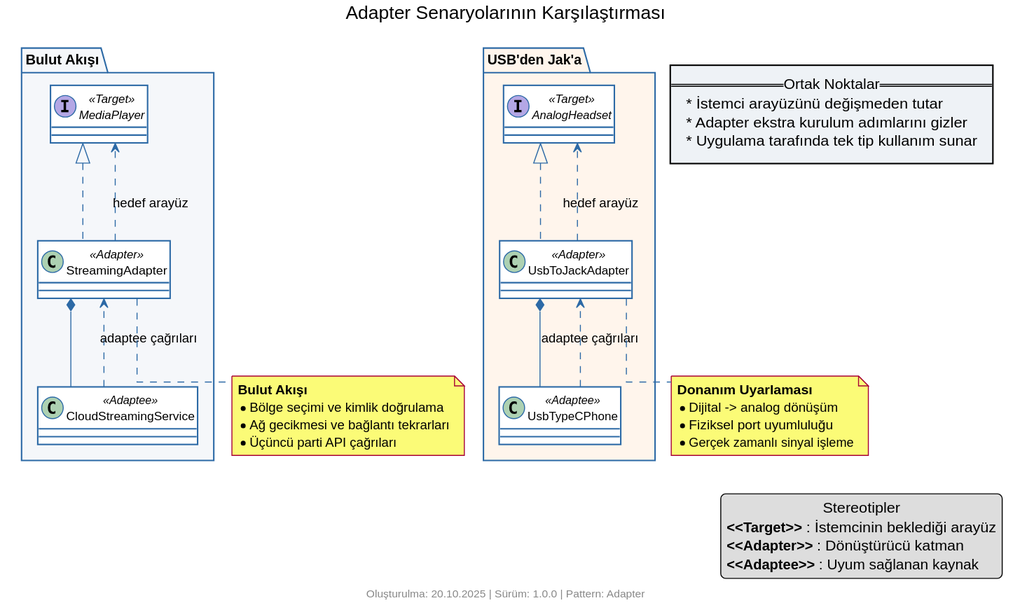
The PlantUML diagram structural/adapter/cloud_legacy_diff/diagram.svg in kaayra2000/tasarim_kaliplari, before a commit.
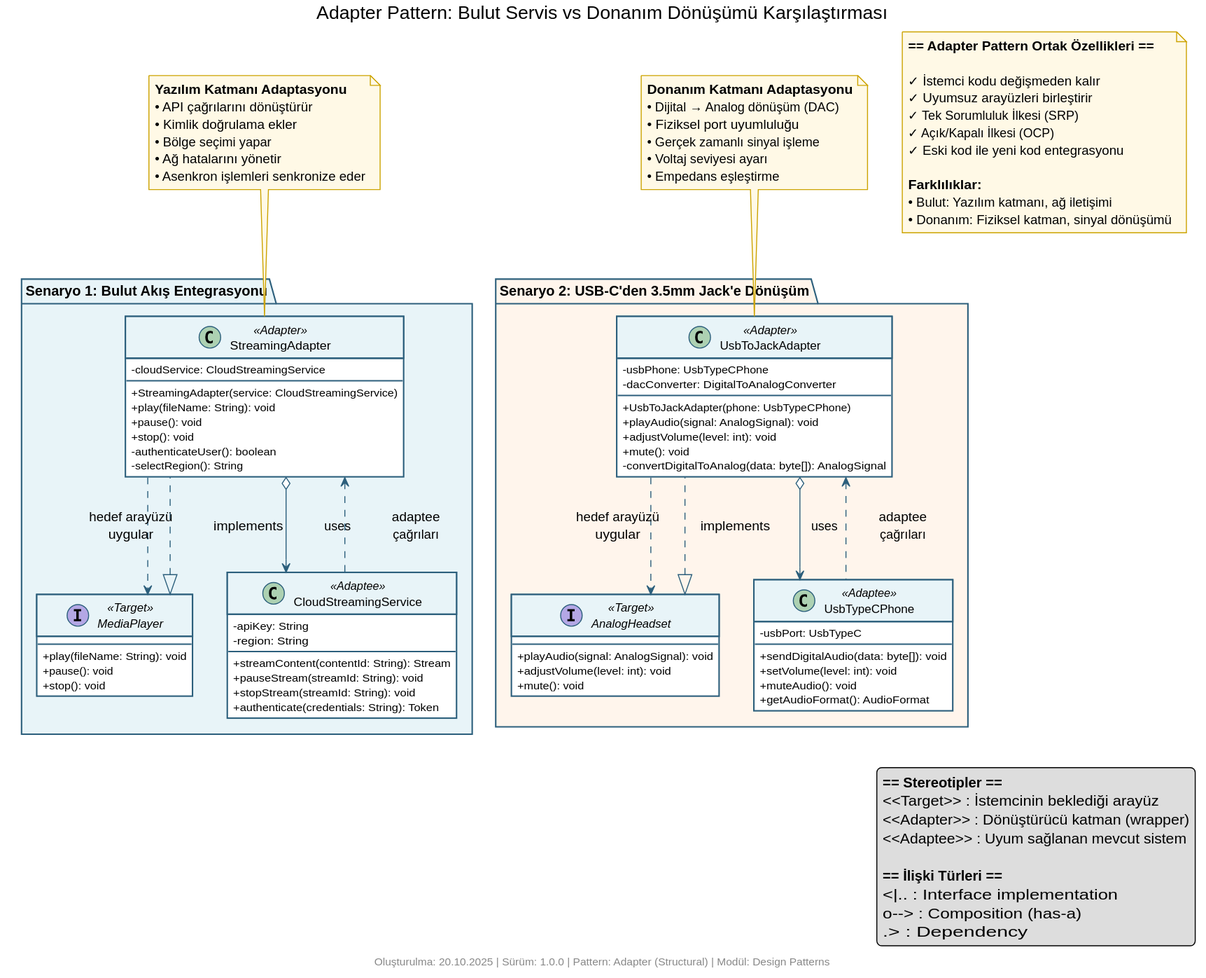
The same diagram one commit later.

Commit message:
adapter umlleri biçimlendirildi

Diff of the diagram source:
```diff
@@ -1,7 +1,8 @@
 @startuml
 allowmixing
 
-title Adapter Senaryolarının Karşılaştırması
+
+title Adapter Pattern: Bulut Servis vs Donanım Dönüşümü Karşılaştırması
 
 skinparam backgroundColor #FFFFFF
 skinparam shadowing false
@@ -9,66 +10,143 @@
 skinparam linetype ortho
 
 skinparam package {
-    BackgroundColor #F5F7FA
-    BorderColor #2D6AA6
+    BackgroundColor #E8F4F8
+    BorderColor #2C5F7C
+    FontStyle bold
 }
 
 skinparam class {
     BackgroundColor #FFFFFF
-    BorderColor #2D6AA6
-    ArrowColor #2D6AA6
+    BorderColor #2C5F7C
+    ArrowColor #2C5F7C
+    HeaderBackgroundColor #E8F4F8
 }
 
-
-package "Bulut Akışı" {
-    interface MediaPlayer <<Target>>
-    class StreamingAdapter <<Adapter>>
-    class CloudStreamingService <<Adaptee>>
-
-    MediaPlayer <|.. StreamingAdapter
-    StreamingAdapter *-- CloudStreamingService
+skinparam interface {
+    BackgroundColor #FFE8CC
+    BorderColor #CC8800
 }
 
-
-package "USB'den Jak'a" #FFF5EC {
-    interface AnalogHeadset <<Target>>
-    class UsbToJackAdapter <<Adapter>>
-    class UsbTypeCPhone <<Adaptee>>
-
-    AnalogHeadset <|.. UsbToJackAdapter
-    UsbToJackAdapter *-- UsbTypeCPhone
+skinparam note {
+    BackgroundColor #FFF9E6
+    BorderColor #CCA300
 }
 
+package "Senaryo 1: Bulut Akış Entegrasyonu" #E8F4F8 {
 
-StreamingAdapter ..> MediaPlayer : hedef arayüz
-UsbToJackAdapter ..> AnalogHeadset : hedef arayüz
-CloudStreamingService ..> StreamingAdapter : adaptee çağrıları
-UsbTypeCPhone ..> UsbToJackAdapter : adaptee çağrıları
+    interface MediaPlayer <<Target>> {
+        +play(fileName: String): void
+        +pause(): void
+        +stop(): void
+    }
 
+    class StreamingAdapter <<Adapter>> {
+        -cloudService: CloudStreamingService
+        __
+        +StreamingAdapter(service: CloudStreamingService)
+        +play(fileName: String): void
+        +pause(): void
+        +stop(): void
+        -authenticateUser(): boolean
+        -selectRegion(): String
+    }
 
-note bottom of StreamingAdapter
-  **Bulut Akışı**
-  * Bölge seçimi ve kimlik doğrulama
-  * Ağ gecikmesi ve bağlantı tekrarları
-  * Üçüncü parti API çağrıları
+    class CloudStreamingService <<Adaptee>> {
+        -apiKey: String
+        -region: String
+        __
+        +streamContent(contentId: String): Stream
+        +pauseStream(streamId: String): void
+        +stopStream(streamId: String): void
+        +authenticate(credentials: String): Token
+    }
+
+    MediaPlayer <|.. StreamingAdapter : implements
+    StreamingAdapter o--> CloudStreamingService : uses
+}
+
+package "Senaryo 2: USB-C'den 3.5mm Jack'e Dönüşüm" #FFF5EC {
+
+    interface AnalogHeadset <<Target>> {
+        +playAudio(signal: AnalogSignal): void
+        +adjustVolume(level: int): void
+        +mute(): void
+    }
+
+    class UsbToJackAdapter <<Adapter>> {
+        -usbPhone: UsbTypeCPhone
+        -dacConverter: DigitalToAnalogConverter
+        __
+        +UsbToJackAdapter(phone: UsbTypeCPhone)
+        +playAudio(signal: AnalogSignal): void
+        +adjustVolume(level: int): void
+        +mute(): void
+        -convertDigitalToAnalog(data: byte[]): AnalogSignal
+    }
+
+    class UsbTypeCPhone <<Adaptee>> {
+        -usbPort: UsbTypeC
+        __
+        +sendDigitalAudio(data: byte[]): void
+        +setVolume(level: int): void
+        +muteAudio(): void
+        +getAudioFormat(): AudioFormat
+    }
+
+    AnalogHeadset <|.. UsbToJackAdapter : implements
+    UsbToJackAdapter o--> UsbTypeCPhone : uses
+}
+
+note top of StreamingAdapter
+  **Yazılım Katmanı Adaptasyonu**
+  • API çağrılarını dönüştürür
+  • Kimlik doğrulama ekler
+  • Bölge seçimi yapar
+  • Ağ hatalarını yönetir
+  • Asenkron işlemleri senkronize eder
 end note
 
-note bottom of UsbToJackAdapter
-  **Donanım Uyarlaması**
-  * Dijital -> analog dönüşüm
-  * Fiziksel port uyumluluğu
-  * Gerçek zamanlı sinyal işleme
+note top of UsbToJackAdapter
+  **Donanım Katmanı Adaptasyonu**
+  • Dijital → Analog dönüşüm (DAC)
+  • Fiziksel port uyumluluğu
+  • Gerçek zamanlı sinyal işleme
+  • Voltaj seviyesi ayarı
+  • Empedans eşleştirme
 end note
 
-rectangle "== Ortak Noktalar ==\n* İstemci arayüzünü değişmeden tutar\n* Adapter ekstra kurulum adımlarını gizler\n* Uygulama tarafında tek tip kullanım sunar" as SharedInsights #EEF2F6
+note as CommonFeatures
+  <b>== Adapter Pattern Ortak Özellikleri ==</b>
+
+  ✓ İstemci kodu değişmeden kalır
+  ✓ Uyumsuz arayüzleri birleştirir
+  ✓ Tek Sorumluluk İlkesi (SRP)
+  ✓ Açık/Kapalı İlkesi (OCP)
+  ✓ Eski kod ile yeni kod entegrasyonu
+
+  <b>Farklılıklar:</b>
+  • Bulut: Yazılım katmanı, ağ iletişimi
+  • Donanım: Fiziksel katman, sinyal dönüşümü
+end note
+
+StreamingAdapter .down.> MediaPlayer : "hedef arayüzü\nuygular"
+UsbToJackAdapter .down.> AnalogHeadset : "hedef arayüzü\nuygular"
+
+CloudStreamingService .up.> StreamingAdapter : "adaptee\nçağrıları"
+UsbTypeCPhone .up.> UsbToJackAdapter : "adaptee\nçağrıları"
 
 legend right
-  == Stereotipler ==
-  <b><<Target>></b> : İstemcinin beklediği arayüz
-  <b><<Adapter>></b> : Dönüştürücü katman
-  <b><<Adaptee>></b> : Uyum sağlanan kaynak
+  <b>== Stereotipler ==</b>
+  <<Target>>   : İstemcinin beklediği arayüz
+  <<Adapter>>  : Dönüştürücü katman (wrapper)
+  <<Adaptee>>  : Uyum sağlanan mevcut sistem
+
+  <b>== İlişki Türleri ==</b>
+  <|..         : Interface implementation
+  o-->         : Composition (has-a)
+  .>           : Dependency
 end legend
 
-footer Oluşturulma: 20.10.2025 | Sürüm: 1.0.0 | Pattern: Adapter
+footer Oluşturulma: 20.10.2025 | Sürüm: 1.0.0 | Pattern: Adapter (Structural) | Modül: Design Patterns
 
 @enduml
```
